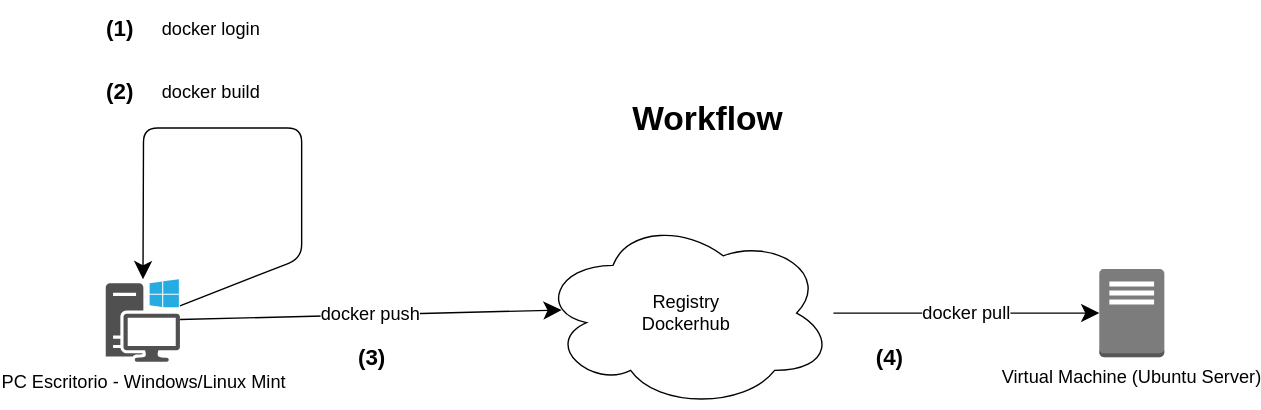
Earlier version of the draw.io export workflow.drawio.svg (ET12Objetos/GestionUsuariosApi). Source tidied: cells renumbered, new cells last; positions are measured from the earlier drawing's top-left corner, leaving out a move shared by most shapes.
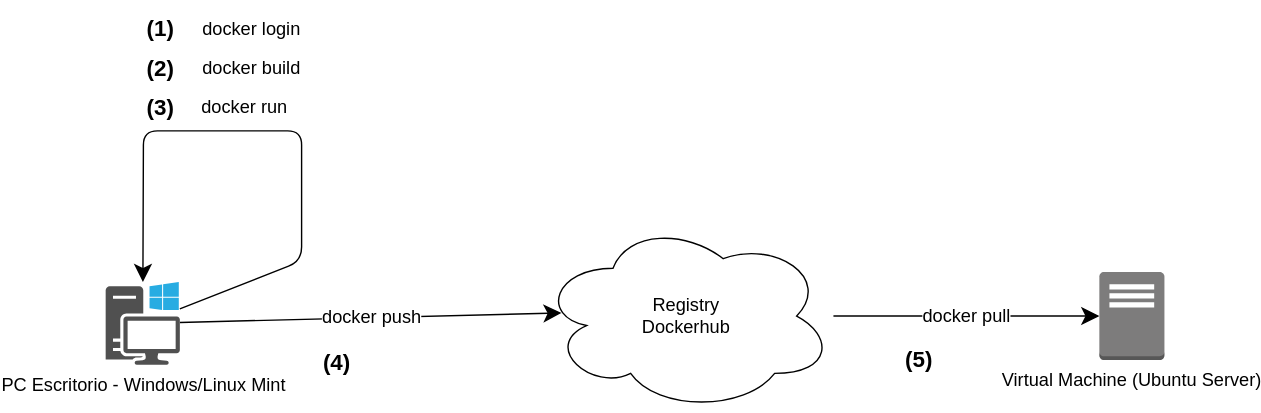
After the change.

Change to the diagram source:
```diff
@@ -27,25 +27,28 @@
       <mxGeometry x="10" y="199" width="53" height="59" as="geometry" />
     </mxCell>
     <mxCell id="8" value="docker build" style="text;html=1;align=center;verticalAlign=middle;strokeColor=none;fillColor=none;fontSize=13;fontColor=#000000;" parent="1" vertex="1">
-      <mxGeometry x="40" y="50" width="90" height="30" as="geometry" />
+      <mxGeometry x="69" y="31" width="90" height="30" as="geometry" />
     </mxCell>
     <mxCell id="9" value="docker login" style="text;html=1;align=center;verticalAlign=middle;strokeColor=none;fillColor=none;fontSize=13;fontColor=#000000;" parent="1" vertex="1">
-      <mxGeometry x="40" y="5" width="90" height="30" as="geometry" />
+      <mxGeometry x="69" y="3" width="90" height="30" as="geometry" />
     </mxCell>
-    <mxCell id="10" value="Workflow&amp;nbsp;" style="text;strokeColor=none;fillColor=none;html=1;fontSize=24;fontStyle=1;verticalAlign=middle;align=center;fontColor=#000000;" parent="1" vertex="1">
-      <mxGeometry x="390" y="65" width="100" height="40" as="geometry" />
-    </mxCell>
     <mxCell id="11" value="(1)" style="text;strokeColor=none;fillColor=none;html=1;fontSize=16;fontStyle=1;verticalAlign=middle;align=center;fontColor=#000000;" parent="1" vertex="1">
-      <mxGeometry width="40" height="40" as="geometry" />
+      <mxGeometry x="29" y="-2" width="40" height="40" as="geometry" />
     </mxCell>
     <mxCell id="12" value="(4)" style="text;strokeColor=none;fillColor=none;html=1;fontSize=16;fontStyle=1;verticalAlign=middle;align=center;fontColor=#000000;" parent="1" vertex="1">
-      <mxGeometry x="550" y="235" width="40" height="40" as="geometry" />
+      <mxGeometry x="155" y="236" width="40" height="40" as="geometry" />
     </mxCell>
     <mxCell id="13" value="(2)" style="text;strokeColor=none;fillColor=none;html=1;fontSize=16;fontStyle=1;verticalAlign=middle;align=center;fontColor=#000000;" parent="1" vertex="1">
-      <mxGeometry y="45" width="40" height="40" as="geometry" />
+      <mxGeometry x="29" y="26" width="40" height="40" as="geometry" />
     </mxCell>
     <mxCell id="14" value="(3)" style="text;strokeColor=none;fillColor=none;html=1;fontSize=16;fontStyle=1;verticalAlign=middle;align=center;fontColor=#000000;" parent="1" vertex="1">
-      <mxGeometry x="180" y="235" width="40" height="40" as="geometry" />
+      <mxGeometry x="29" y="54" width="40" height="40" as="geometry" />
     </mxCell>
+    <mxCell id="15" value="(5)" style="text;strokeColor=none;fillColor=none;html=1;fontSize=16;fontStyle=1;verticalAlign=middle;align=center;fontColor=#000000;" parent="1" vertex="1">
+      <mxGeometry x="571" y="234" width="40" height="40" as="geometry" />
+    </mxCell>
+    <mxCell id="16" value="docker run" style="text;html=1;align=center;verticalAlign=middle;strokeColor=none;fillColor=none;fontSize=13;fontColor=#000000;" parent="1" vertex="1">
+      <mxGeometry x="69" y="60" width="79" height="28" as="geometry" />
+    </mxCell>
   </root>
 </mxGraphModel>
```
